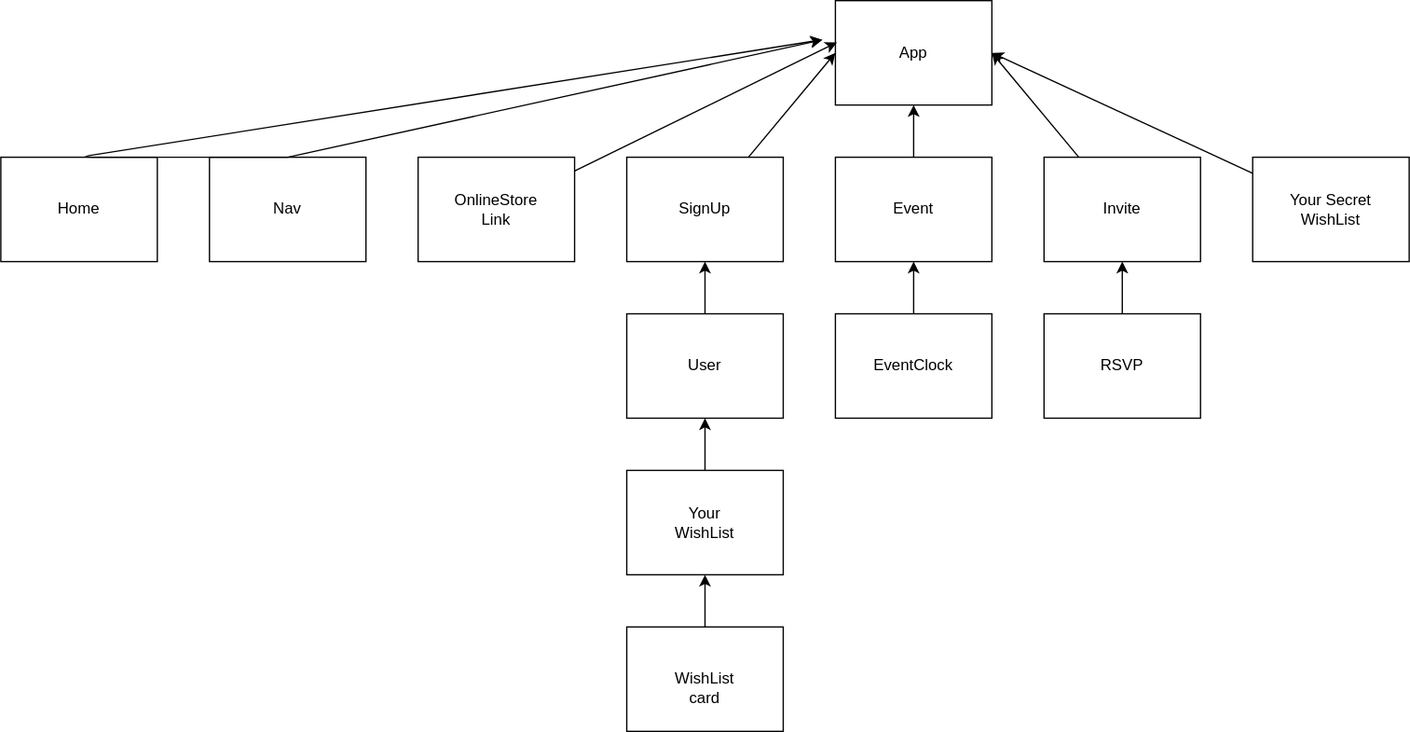
Before: Diagram/.drawio.svg, a diagram exported from draw.io (ChloeCCPeng/Phase-4-project-secret-santa). Source tidied: cells renumbered, new cells last; positions are measured from the earlier drawing's top-left corner, leaving out a move shared by most shapes.
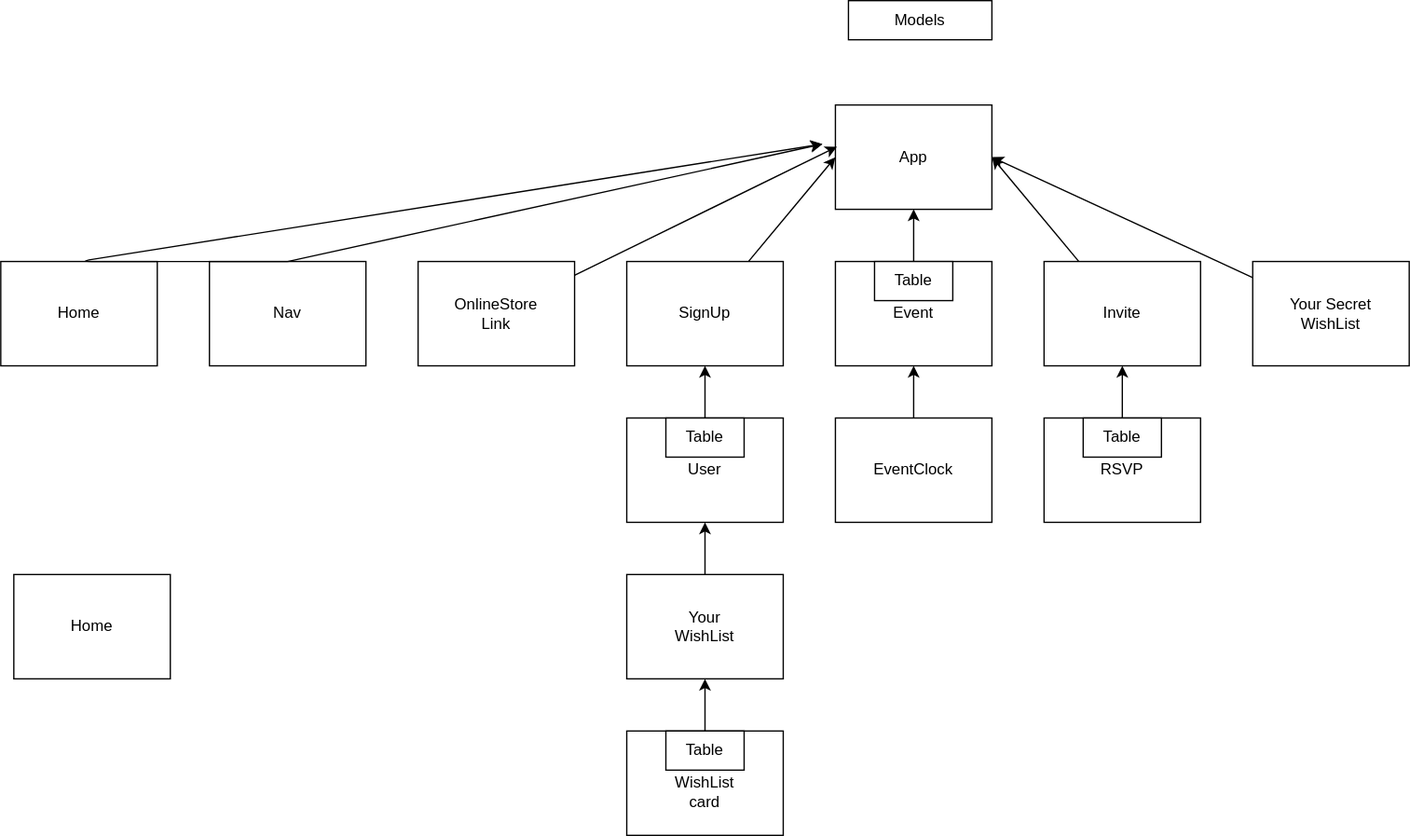
Above is the later version.

Commit message:
Add tables on diagram

What changed in the source:
```diff
@@ -86,5 +86,23 @@
         </Array>
       </mxGeometry>
     </mxCell>
+    <mxCell id="27" value="Home" style="rounded=0;whiteSpace=wrap;html=1;" parent="1" vertex="1">
+      <mxGeometry x="10" y="360" width="120" height="80" as="geometry" />
+    </mxCell>
+    <mxCell id="28" value="Models" style="rounded=0;whiteSpace=wrap;html=1;" parent="1" vertex="1">
+      <mxGeometry x="650" y="-80" width="110" height="30" as="geometry" />
+    </mxCell>
+    <mxCell id="29" value="Table" style="rounded=0;whiteSpace=wrap;html=1;" parent="1" vertex="1">
+      <mxGeometry x="670" y="120" width="60" height="30" as="geometry" />
+    </mxCell>
+    <mxCell id="30" value="Table" style="rounded=0;whiteSpace=wrap;html=1;" parent="1" vertex="1">
+      <mxGeometry x="510" y="240" width="60" height="30" as="geometry" />
+    </mxCell>
+    <mxCell id="31" value="Table" style="rounded=0;whiteSpace=wrap;html=1;" parent="1" vertex="1">
+      <mxGeometry x="510" y="480" width="60" height="30" as="geometry" />
+    </mxCell>
+    <mxCell id="32" value="Table" style="rounded=0;whiteSpace=wrap;html=1;" parent="1" vertex="1">
+      <mxGeometry x="830" y="240" width="60" height="30" as="geometry" />
+    </mxCell>
   </root>
 </mxGraphModel>
```
